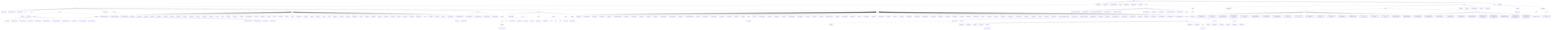
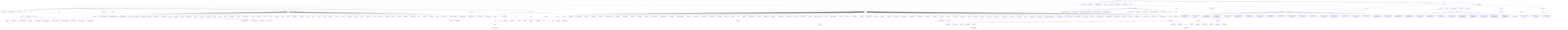
- %% antcrate tree — generated 2026-07-18T02:41:01Z
+ %% antcrate tree — generated 2026-07-19T01:27:43Z
graph TD
  root(["antcrate"])
  1["AGENTS.md"]
  root --> 1
  2["CLAUDE.md"]
  root --> 2
  3["CONTRIBUTING.md"]
  root --> 3
  4[(LICENSE)]
  root --> 4
  5["README.md"]
  root --> 5
  6["SECURITY.md"]
  root --> 6
  7["SKILL.md"]
  root --> 7
  8[/assets/]
  root --> 8
  8a[/code/]
  8 --> 8a
  8a1["AGENTS.md"]
  8a --> 8a1
  8a2["CLAUDE_CODE.md"]
  8a --> 8a2
  8a3["README.md"]
  8a --> 8a3
  8a4[/bin/]
  8a --> 8a4
  8a4a["antcrate"]
  8a4 --> 8a4a
  8a4b["antcrated"]
  8a4 --> 8a4b
  8a5[/core/]
  8a --> 8a5
  8a6[/hooks/]
  8a --> 8a6
  8a6a[/claude/]
  8a6 --> 8a6a
  8a6a1["_zones.sh"]
  8a6a --> 8a6a1
  8a6a2["activity-emitter.sh"]
  8a6a --> 8a6a2
  8a6a3["cost-anticipator.sh"]
  8a6a --> 8a6a3
  8a6a4["env-guard.sh"]
  8a6a --> 8a6a4
  8a6a5["gateway-guard.sh"]
  8a6a --> 8a6a5
  8a6a6["local-install-guard.sh"]
  8a6a --> 8a6a6
  8a6a7["session-budget-guard.sh"]
  8a6a --> 8a6a7
  8a6a8["shellcheck-on-save.sh"]
  8a6a --> 8a6a8
  8a6b[/templates/]
  8a6 --> 8a6b
  8a6b1["pre-commit-ci"]
  8a6b --> 8a6b1
  8a6b2["pre-commit-docsguard"]
  8a6b --> 8a6b2
  8a6b3["pre-commit-secrets"]
  8a6b --> 8a6b3
  8a6b4["pre-commit-stack-bash"]
  8a6b --> 8a6b4
  8a6b5["pre-push-docsguard"]
  8a6b --> 8a6b5
  8a6b6["pre-push-tests"]
  8a6b --> 8a6b6
  8a7["install.sh"]
  8a --> 8a7
  8a8[/launchd/]
  8a --> 8a8
  8a8a["com.antcrate.backup.plist"]
  8a8 --> 8a8a
  8a8b["com.antcrate.daemon.plist"]
  8a8 --> 8a8b
  8a8c["com.antcrate.intel.plist"]
  8a8 --> 8a8c
  8a9[/lib/]
  8a --> 8a9
  8a9a["address.sh"]
  8a9 --> 8a9a
  8a9b["agent_init.sh"]
  8a9 --> 8a9b
  8a9c["anchor.sh"]
  8a9 --> 8a9c
  8a9d["backup.sh"]
  8a9 --> 8a9d
  8a9e["bootstrap.sh"]
  8a9 --> 8a9e
  8a9f["cleanup.sh"]
  8a9 --> 8a9f
  8a9g["commit.sh"]
  8a9 --> 8a9g
  8a9h["compat.sh"]
  8a9 --> 8a9h
  8a9i["devops.sh"]
  8a9 --> 8a9i
  8a9j["diagrams.sh"]
  8a9 --> 8a9j
  8a9k["duties.sh"]
  8a9 --> 8a9k
  8a9l["env_scan.sh"]
  8a9 --> 8a9l
  8a9m["events.sh"]
  8a9 --> 8a9m
  8a9n["fetch.sh"]
  8a9 --> 8a9n
  8a9o["gh.sh"]
  8a9 --> 8a9o
  8a9p["git_init.sh"]
  8a9 --> 8a9p
  8a9q["git_triage.sh"]
  8a9 --> 8a9q
  8a9r["health.sh"]
  8a9 --> 8a9r
  8a9s["hook_autoinstall.sh"]
  8a9 --> 8a9s
  8a9t["hooks.sh"]
  8a9 --> 8a9t
  8a9u["hygiene.sh"]
  8a9 --> 8a9u
  8a9v["ingest.sh"]
  8a9 --> 8a9v
  8a9w["intel.sh"]
  8a9 --> 8a9w
  8a9x["lifecycle.sh"]
  8a9 --> 8a9x
  8a9y["lock.sh"]
  8a9 --> 8a9y
  8a9z["log.sh"]
  8a9 --> 8a9z
  8a9aa["md_scaffold.sh"]
  8a9 --> 8a9aa
  8a9ab["migrate.sh"]
  8a9 --> 8a9ab
  8a9ac["paths.sh"]
  8a9 --> 8a9ac
  8a9ad["policy.sh"]
  8a9 --> 8a9ad
  8a9ae["post.sh"]
  8a9 --> 8a9ae
  8a9af["pp.sh"]
  8a9 --> 8a9af
  8a9ag["preflight.sh"]
  8a9 --> 8a9ag
  8a9ah["profile.sh"]
  8a9 --> 8a9ah
  8a9ai["propose.sh"]
  8a9 --> 8a9ai
  8a9aj["quarantine.sh"]
  8a9 --> 8a9aj
  8a9ak["rag.sh"]
  8a9 --> 8a9ak
  8a9al["registry.sh"]
  8a9 --> 8a9al
  8a9am["relocate.sh"]
  8a9 --> 8a9am
  8a9an["safety.sh"]
  8a9 --> 8a9an
  8a9ao["sandbox.sh"]
  8a9 --> 8a9ao
  8a9ap["scaffold.sh"]
  8a9 --> 8a9ap
  8a9aq["scan.sh"]
  8a9 --> 8a9aq
  8a9ar["schema.sh"]
  8a9 --> 8a9ar
  8a9as["selfcheck.sh"]
  8a9 --> 8a9as
  8a9at["subbranch.sh"]
  8a9 --> 8a9at
  8a9au[/targets/]
  8a9 --> 8a9au
  8a9au1["git_mirror.sh"]
  8a9au --> 8a9au1
  8a9au2["local.sh"]
  8a9au --> 8a9au2
  8a9av["targets.sh"]
  8a9 --> 8a9av
  8a9aw["tooling.sh"]
  8a9 --> 8a9aw
  8a9ax["watch.sh"]
  8a9 --> 8a9ax
  8a9ay["watch_window.sh"]
  8a9 --> 8a9ay
  8a10[/systemd/]
  8a --> 8a10
  8a10a["antcrate-backup.service"]
  8a10 --> 8a10a
  8a10b["antcrate-backup.timer"]
  8a10 --> 8a10b
  8a10c["antcrate-intel.service"]
  8a10 --> 8a10c
  8a10d["antcrate-intel.timer"]
  8a10 --> 8a10d
  8a10e["antcrated.service"]
  8a10 --> 8a10e
  8a11[/templates/]
  8a --> 8a11
  8a11a[/_generic/]
  8a11 --> 8a11a
  8a11a1["README.md"]
  8a11a --> 8a11a1
  8a11a2[/docs/]
  8a11a --> 8a11a2
  8a11a2a[/diagrams/]
  8a11a2 --> 8a11a2a
  8a11a2a1["architecture.mmd"]
  8a11a2a --> 8a11a2a1
  8a11a3[/src/]
  8a11a --> 8a11a3
  8a11b["config.example"]
  8a11 --> 8a11b
  8a11c[/md/]
  8a11 --> 8a11c
  8a11c1["AGENTS.md"]
  8a11c --> 8a11c1
  8a11c2["CLAUDE.md"]
  8a11c --> 8a11c2
  8a11c3["ledger.md"]
  8a11c --> 8a11c3
  8a11c4["state.md"]
  8a11c --> 8a11c4
  8a11d[/notes/]
  8a11 --> 8a11d
  8a11d1["INDEX.md"]
  8a11d --> 8a11d1
  8a11e[/projects/]
  8a11 --> 8a11e
  8a11e1["README.md"]
  8a11e --> 8a11e1
  8a11e2[/docs/]
  8a11e --> 8a11e2
  8a11e3[/src/]
  8a11e --> 8a11e3
  8a11e4[/tests/]
  8a11e --> 8a11e4
  8a11f[/scripts/]
  8a11 --> 8a11f
  8a11f1["main.sh"]
  8a11f --> 8a11f1
  8a11g[/webapps/]
  8a11 --> 8a11g
  8a11g1["README.md"]
  8a11g --> 8a11g1
  8a12[/tests/]
  8a --> 8a12
  8a12a["README.md"]
  8a12 --> 8a12a
  8a12b["activity_emitter.bats"]
  8a12 --> 8a12b
  8a12c["address.bats"]
  8a12 --> 8a12c
  8a12d["agent_init.bats"]
  8a12 --> 8a12d
  8a12e["backup.bats"]
  8a12 --> 8a12e
  8a12f["backup_orchestrator.bats"]
  8a12 --> 8a12f
  8a12g["bootstrap.bats"]
  8a12 --> 8a12g
  8a12h["ci_snapshot.bats"]
  8a12 --> 8a12h
  8a12i["cleanup.bats"]
  8a12 --> 8a12i
  8a12j["commit.bats"]
  8a12 --> 8a12j
  8a12k["compat.bats"]
  8a12 --> 8a12k
  8a12l["cost_anticipator.bats"]
  8a12 --> 8a12l
  8a12m["daemon_adapter.bats"]
  8a12 --> 8a12m
  8a12n["diagrams.bats"]
  8a12 --> 8a12n
  8a12o["docsguard_templates.bats"]
  8a12 --> 8a12o
  8a12p["duties.bats"]
  8a12 --> 8a12p
  8a12q["duties_typed.bats"]
  8a12 --> 8a12q
  8a12r["endpoint_run.bats"]
  8a12 --> 8a12r
  8a12s["env_guard.bats"]
  8a12 --> 8a12s
  8a12t["env_scan.bats"]
  8a12 --> 8a12t
  8a12u["events.bats"]
  8a12 --> 8a12u
  8a12v["fetch.bats"]
  8a12 --> 8a12v
  8a12w[/fixtures/]
  8a12 --> 8a12w
  8a12w1["mock-llm"]
  8a12w --> 8a12w1
  8a12x["gate.bats"]
  8a12 --> 8a12x
  8a12y["gateway_guard.bats"]
  8a12 --> 8a12y
  8a12z["git_init.bats"]
  8a12 --> 8a12z
  8a12aa["git_triage.bats"]
  8a12 --> 8a12aa
  8a12ab["health.bats"]
  8a12 --> 8a12ab
  8a12ac["hook_autoinstall.bats"]
  8a12 --> 8a12ac
  8a12ad["hook_smoke.bats"]
  8a12 --> 8a12ad
  8a12ae["hooks.bats"]
  8a12 --> 8a12ae
  8a12af["hygiene.bats"]
  8a12 --> 8a12af
  8a12ag["ingest.bats"]
  8a12 --> 8a12ag
  8a12ah["install_from_source.bats"]
  8a12 --> 8a12ah
  8a12ai["intel.bats"]
  8a12 --> 8a12ai
  8a12aj["launchd_install.bats"]
  8a12 --> 8a12aj
  8a12ak["lifecycle.bats"]
  8a12 --> 8a12ak
  8a12al["lock.bats"]
  8a12 --> 8a12al
  8a12am["md_scaffold.bats"]
  8a12 --> 8a12am
  8a12an["migrate.bats"]
  8a12 --> 8a12an
  8a12ao["new_bundle.bats"]
  8a12 --> 8a12ao
  8a12ap["paths.bats"]
  8a12 --> 8a12ap
  8a12aq["policy.bats"]
  8a12 --> 8a12aq
  8a12ar["post_cli.bats"]
  8a12 --> 8a12ar
  8a12as["post_config.bats"]
  8a12 --> 8a12as
-   8a12at["post_guard.bats"]
+   8a12at["post_draft.bats"]
  8a12 --> 8a12at
-   8a12au["post_material.bats"]
+   8a12au["post_guard.bats"]
  8a12 --> 8a12au
-   8a12av["post_open.bats"]
+   8a12av["post_material.bats"]
  8a12 --> 8a12av
  8a12aw["pp_gate.bats"]
  8a12 --> 8a12aw
  8a12ax["pp_panel.bats"]
  8a12 --> 8a12ax
  8a12ay["preflight.bats"]
  8a12 --> 8a12ay
  8a12az["profile.bats"]
  8a12 --> 8a12az
  8a12ba["propose.bats"]
  8a12 --> 8a12ba
  8a12bb["quarantine.bats"]
  8a12 --> 8a12bb
  8a12bc["rag.bats"]
  8a12 --> 8a12bc
  8a12bd["register.bats"]
  8a12 --> 8a12bd
  8a12be["registry.bats"]
  8a12 --> 8a12be
  8a12bf["relocate.bats"]
  8a12 --> 8a12bf
  8a12bg["safety_gate.bats"]
  8a12 --> 8a12bg
  8a12bh["safety_zones.bats"]
  8a12 --> 8a12bh
  8a12bi["sandbox.bats"]
  8a12 --> 8a12bi
  8a12bj["scaffold.bats"]
  8a12 --> 8a12bj
  8a12bk["scan.bats"]
  8a12 --> 8a12bk
  8a12bl["schema.bats"]
  8a12 --> 8a12bl
  8a12bm["selfcheck.bats"]
  8a12 --> 8a12bm
  8a12bn["session_budget_guard_models.bats"]
  8a12 --> 8a12bn
  8a12bo["session_gate.bats"]
  8a12 --> 8a12bo
  8a12bp["shellcheck_on_save.bats"]
  8a12 --> 8a12bp
  8a12bq["skills_builder.bats"]
  8a12 --> 8a12bq
  8a12br["subcmd.bats"]
  8a12 --> 8a12br
  8a12bs["targets.bats"]
  8a12 --> 8a12bs
  8a12bt["targets_git_mirror.bats"]
  8a12 --> 8a12bt
  8a12bu["targets_local.bats"]
  8a12 --> 8a12bu
  8a12bv["test_helper.bash"]
  8a12 --> 8a12bv
  8a12bw["tooling.bats"]
  8a12 --> 8a12bw
  8a12bx["watch.bats"]
  8a12 --> 8a12bx
  8a12by["watch_live.bats"]
  8a12 --> 8a12by
  8a12bz["watch_smoke.bats"]
  8a12 --> 8a12bz
  8a12ca["watch_window.bats"]
  8a12 --> 8a12ca
  8a12cb["wrapper_dispatch.bats"]
  8a12 --> 8a12cb
  8b[/docs/]
  8 --> 8b
  8b1["AntCrate_blueprint_v0.pdf"]
  8b --> 8b1
  8b2["BUNDLE_SPEC.md"]
  8b --> 8b2
  8b3["DIAGRAM_AUTOMATION_GUIDE.md"]
  8b --> 8b3
  8b4["DIAGRAM_PLAN.md"]
  8b --> 8b4
  8b5["GH_PIPELINE_PLAN.md"]
  8b --> 8b5
  8b6["HOOK_PLAN.md"]
  8b --> 8b6
  8b7["LIB_MAP.md"]
  8b --> 8b7
  8b8["PATTERNS.md"]
  8b --> 8b8
  8b9["POST_DEV_BACKLOG.md"]
  8b --> 8b9
  8b10["architecture.md"]
  8b --> 8b10
  8b11[/examples/]
  8b --> 8b11
  8b11a[/bundles/]
  8b11 --> 8b11a
  8b11a1["README.md"]
  8b11a --> 8b11a1
  8b11a2[/composite/]
  8b11a --> 8b11a2
  8b11a2a["STATUS"]
  8b11a2 --> 8b11a2a
  8b11a2b["manifest.json"]
  8b11a2 --> 8b11a2b
  8b11a2c["research.md"]
  8b11a2 --> 8b11a2c
  8b11a3[/git-pinned/]
  8b11a --> 8b11a3
  8b11a3a["STATUS"]
  8b11a3 --> 8b11a3a
  8b11a3b["claude.md"]
  8b11a3 --> 8b11a3b
  8b11a3c[/diagrams/]
  8b11a3 --> 8b11a3c
  8b11a3c1["architecture.mmd"]
  8b11a3c --> 8b11a3c1
  8b11a3d["manifest.json"]
  8b11a3 --> 8b11a3d
  8b11a3e["research.md"]
  8b11a3 --> 8b11a3e
  8b11a3f[/skill/]
  8b11a3 --> 8b11a3f
  8b11a3f1["SKILL.md"]
  8b11a3f --> 8b11a3f1
  8b11a4[/supersedes/]
  8b11a --> 8b11a4
  8b11a4a["STATUS"]
  8b11a4 --> 8b11a4a
  8b11a4b["manifest.json"]
  8b11a4 --> 8b11a4b
  8b11a4c["research.md"]
  8b11a4 --> 8b11a4c
  8b11a5[/theoretical/]
  8b11a --> 8b11a5
  8b11a5a["STATUS"]
  8b11a5 --> 8b11a5a
  8b11a5b["manifest.json"]
  8b11a5 --> 8b11a5b
  8b11a5c["research.md"]
  8b11a5 --> 8b11a5c
  8c[/skills/]
  8 --> 8c
  8c1[/builder/]
  8c --> 8c1
  8c1a["SKILL.md"]
  8c1 --> 8c1a
  9[/dev/]
  root --> 9
  9a["composes.md"]
  9 --> 9a
  9b[/docs/]
  9 --> 9b
  9b1[/plans/]
  9b --> 9b1
  9b1a["2026-06-01-gateway-rule-violations-fix.md"]
  9b1 --> 9b1a
  9b1b["2026-06-06-relocate-command.md"]
  9b1 --> 9b1b
  9b1c["2026-06-10-session-budget-gate-and-duties.md"]
  9b1 --> 9b1c
  9b1d["2026-06-11-least-cost-allocation-and-skill-scoping.md"]
  9b1 --> 9b1d
  9b1e["2026-06-13-xdg-path-layout.md"]
  9b1 --> 9b1e
  9b1f["2026-06-14-multi-target-backup-foundation.md"]
  9b1 --> 9b1f
  9b1g["2026-07-10-bundling-p1-detty-dispatcher.md"]
  9b1 --> 9b1g
  9b1h["2026-07-10-bundling-p2-pp-panel-new-bundle.md"]
  9b1 --> 9b1h
  9b1i["2026-07-10-bundling-p3-attic-cuts.md"]
  9b1 --> 9b1i
  9b1j["2026-07-10-bundling-p4-rag.md"]
  9b1 --> 9b1j
  9b1k["2026-07-10-bundling-p5-rag-selfheal.md"]
  9b1 --> 9b1k
  9b1l["2026-07-10-bundling-p7-intel-fold.md"]
  9b1 --> 9b1l
  9b1m["2026-07-10-bundling-p8-retirement.md"]
  9b1 --> 9b1m
  9b1n["2026-07-11-g1-shipanywhere.md"]
  9b1 --> 9b1n
  9b1o["2026-07-11-g3p1-intel-kinds-user-sources.md"]
  9b1 --> 9b1o
  9b1p["2026-07-12-g2-git-mirror.md"]
  9b1 --> 9b1p
  9b1q["2026-07-14-bizcrate-design.md"]
  9b1 --> 9b1q
  9b1r["2026-07-14-bizcrate-v0-plan.md"]
  9b1 --> 9b1r
  9b1s["2026-07-16-endpoint-policy-sandbox-design.md"]
  9b1 --> 9b1s
  9b1t["2026-07-16-endpoint-policy-sandbox-plan.md"]
  9b1 --> 9b1t
  9b2[/specs/]
  9b --> 9b2
  9b2a["2026-05-31-harness-enforcement-layer.md"]
  9b2 --> 9b2a
  9b2b["2026-06-01-gateway-rule-violations-fix-design.md"]
  9b2 --> 9b2b
  9b2c["2026-06-06-relocate-command-design.md"]
  9b2 --> 9b2c
  9b2d["2026-06-09-loop-engine-harness-design.md"]
  9b2 --> 9b2d
  9b2e["2026-06-10-anthropic-intel-tracker-design.md"]
  9b2 --> 9b2e
  9b2f["2026-06-10-anycrate-capability-layer-design.md"]
  9b2 --> 9b2f
  9b2g["2026-06-10-session-budget-gate-and-duties-design.md"]
  9b2 --> 9b2g
  9b2h["2026-06-11-least-cost-allocation-and-skill-scoping-design.md"]
  9b2 --> 9b2h
  9b2i["2026-06-13-local-tooling-and-install-guard-design.md"]
  9b2 --> 9b2i
  9b2j["2026-06-13-universal-install-and-publication-boundary-design.md"]
  9b2 --> 9b2j
  9b2k["2026-06-14-multi-target-backup-and-dev-mirror-design.md"]
  9b2 --> 9b2k
  9c["duties.md"]
  9 --> 9c
  9d["ledger.md"]
  9 --> 9d
  9e["state-archive.md"]
  9 --> 9e
  9f["state.md"]
  9 --> 9f
  10[/docs/]
  root --> 10
  10a["MANUAL.md"]
  10 --> 10a
  10b[/diagrams/]
  10 --> 10b
  10b1["tree.mmd"]
  10b --> 10b1
  10c[/superpowers/]
  10 --> 10c
  10c1[/plans/]
  10c --> 10c1
  10c1a["2026-07-17-x-post.md"]
  10c1 --> 10c1a
+   10c1b["2026-07-18-antcrate-mcp.md"]
+   10c1 --> 10c1b
  10c2[/specs/]
  10c --> 10c2
  10c2a["2026-07-17-x-post-design.md"]
  10c2 --> 10c2a
+   10c2b["2026-07-18-antcrate-mcp-design.md"]
+   10c2 --> 10c2b
  11["stack.md"]
  root --> 11
